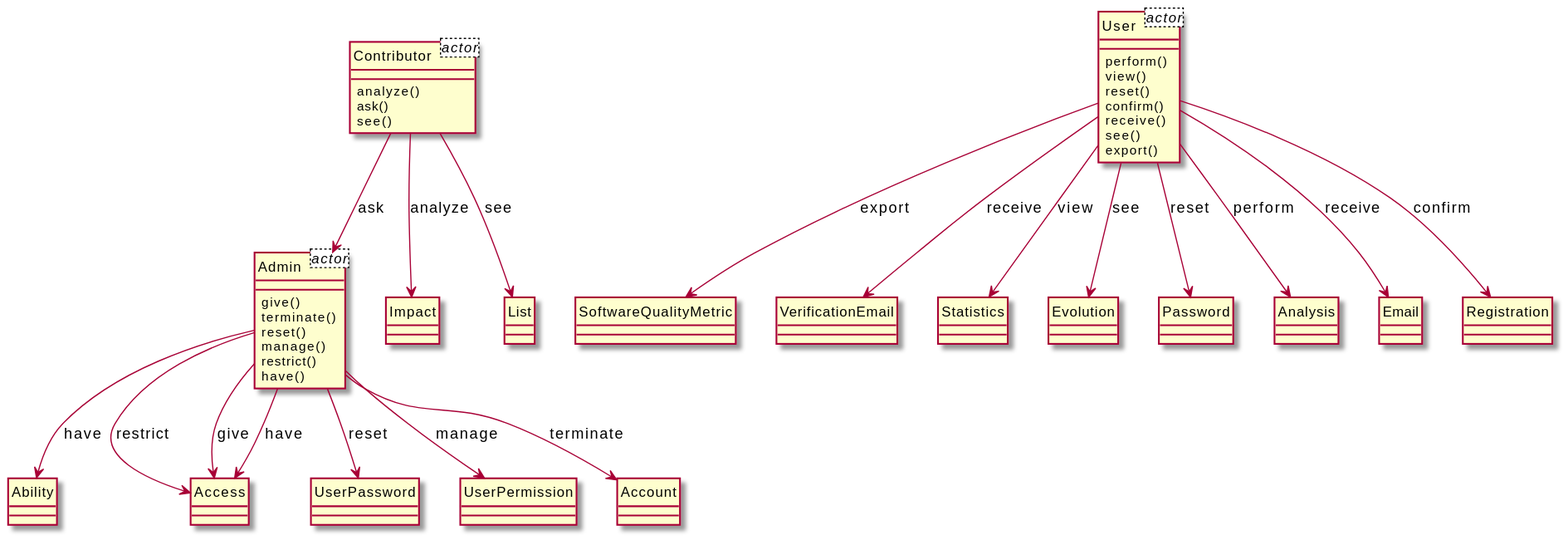
Above: output/diagram_5/2017-USC-Project01.svg in xixixhalu/DomainModelExtractor (PlantUML), before the change. Source of this version:
```plantuml
@startuml
hide circle
class Admin<actor> {
}
class User<actor> {
}
class Contributor<actor> {
}
class User {
	perform()
	view()
	reset()
	confirm()
	receive()
	see()
	export()
}
class SoftwareQualityMetric {
}
class VerificationEmail {
}
class Admin {
	give()
	terminate()
	reset()
	manage()
	restrict()
	have()
}
class Ability {
}
class Access {
}
class Statistics {
}
class Evolution {
}
class UserPassword {
}
class Contributor {
	analyze()
	ask()
	see()
}
class Impact {
}
class UserPermission {
}
class List {
}
class Password {
}
class Analysis {
}
class Email {
}
class Registration {
}
class Account {
}
Admin --> Ability : have
User --> SoftwareQualityMetric : export
Contributor --> Impact : analyze
User --> Evolution : see
User --> Password : reset
User --> Analysis : perform
Admin --> Access : restrict
Admin --> Access : give
Admin --> Access : have
User --> VerificationEmail : receive
Admin --> UserPermission : manage
Admin --> UserPassword : reset
Contributor --> Admin : ask
Admin --> Account : terminate
User --> Email : receive
User --> Statistics : view
User --> Registration : confirm
Contributor --> List : see
@enduml
```
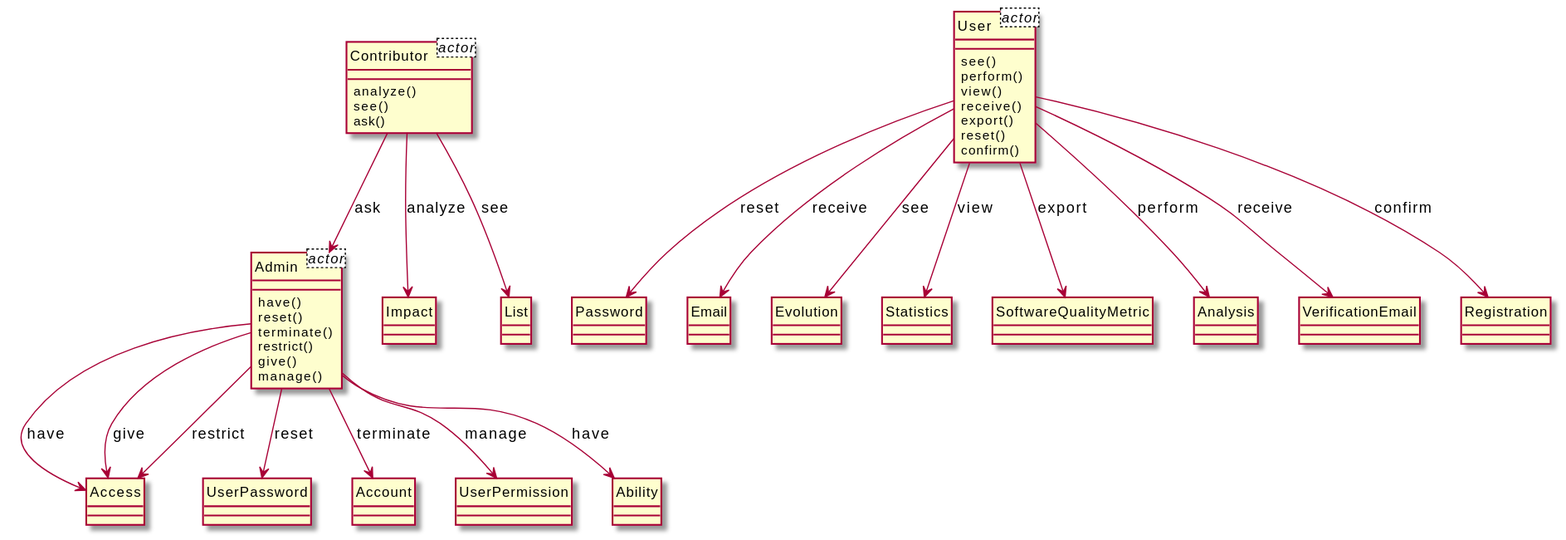
The same diagram one commit later.

Change to the diagram source:
```diff
@@ -6,74 +6,74 @@
 }
 class Contributor<actor> {
 }
+class Admin {
+	have()
+	reset()
+	terminate()
+	restrict()
+	give()
+	manage()
+}
+class Access {
+}
+class UserPassword {
+}
 class User {
+	see()
 	perform()
 	view()
+	receive()
+	export()
 	reset()
 	confirm()
-	receive()
+}
+class Password {
+}
+class Contributor {
+	analyze()
 	see()
-	export()
+	ask()
+}
+class Impact {
+}
+class Email {
+}
+class Evolution {
+}
+class Statistics {
 }
 class SoftwareQualityMetric {
 }
+class Account {
+}
+class Analysis {
+}
+class UserPermission {
+}
 class VerificationEmail {
-}
-class Admin {
-	give()
-	terminate()
-	reset()
-	manage()
-	restrict()
-	have()
 }
 class Ability {
 }
-class Access {
-}
-class Statistics {
-}
-class Evolution {
-}
-class UserPassword {
-}
-class Contributor {
-	analyze()
-	ask()
-	see()
-}
-class Impact {
-}
-class UserPermission {
-}
 class List {
-}
-class Password {
-}
-class Analysis {
-}
-class Email {
 }
 class Registration {
 }
-class Account {
-}
-Admin --> Ability : have
-User --> SoftwareQualityMetric : export
-Contributor --> Impact : analyze
-User --> Evolution : see
+Admin --> Access : have
+User --> VerificationEmail : receive
+User --> Email : receive
 User --> Password : reset
 User --> Analysis : perform
+User --> SoftwareQualityMetric : export
+Admin --> Account : terminate
+Contributor --> List : see
+Admin --> UserPassword : reset
+Admin --> Ability : have
+User --> Evolution : see
+Contributor --> Admin : ask
+Admin --> UserPermission : manage
+Admin --> Access : give
+User --> Registration : confirm
+Contributor --> Impact : analyze
 Admin --> Access : restrict
-Admin --> Access : give
-Admin --> Access : have
-User --> VerificationEmail : receive
-Admin --> UserPermission : manage
-Admin --> UserPassword : reset
-Contributor --> Admin : ask
-Admin --> Account : terminate
-User --> Email : receive
 User --> Statistics : view
-User --> Registration : confirm
-Contributor --> List : see
 @enduml
```
